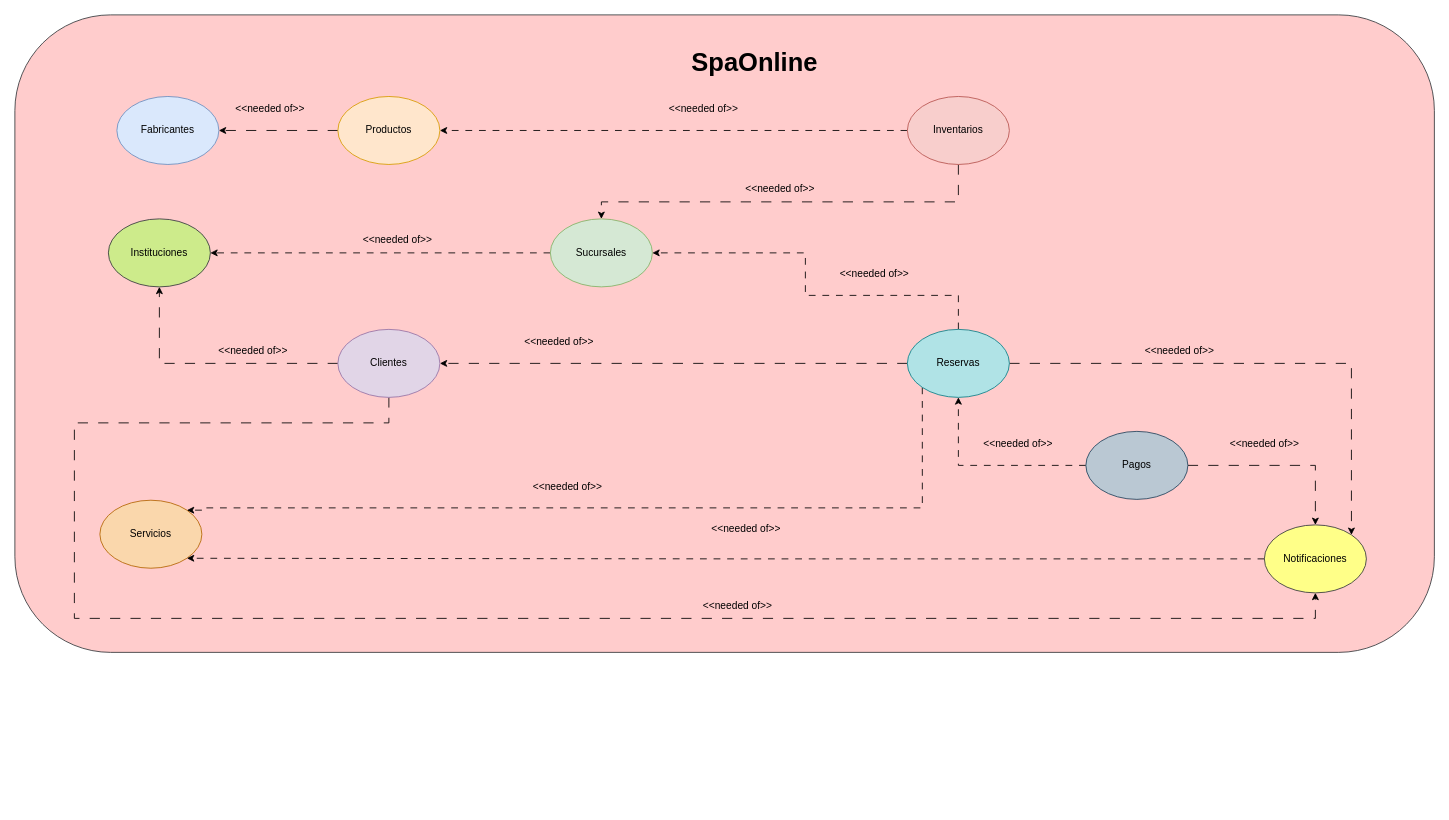
Above: page "2. ModeloContextoDeLimitado" (2 of 14) of SpaOnline/ModeloDominioSpa.drawio in cristianospina/DOO (draw.io), before the change. Source tidied: cells renumbered, new cells numbered last; positions are measured from the earlier drawing's top-left corner, leaving out a move shared by most shapes. Both pictures are drawn from the tidied source at 85%, with x=0, y=0 at pixel (14, 14).
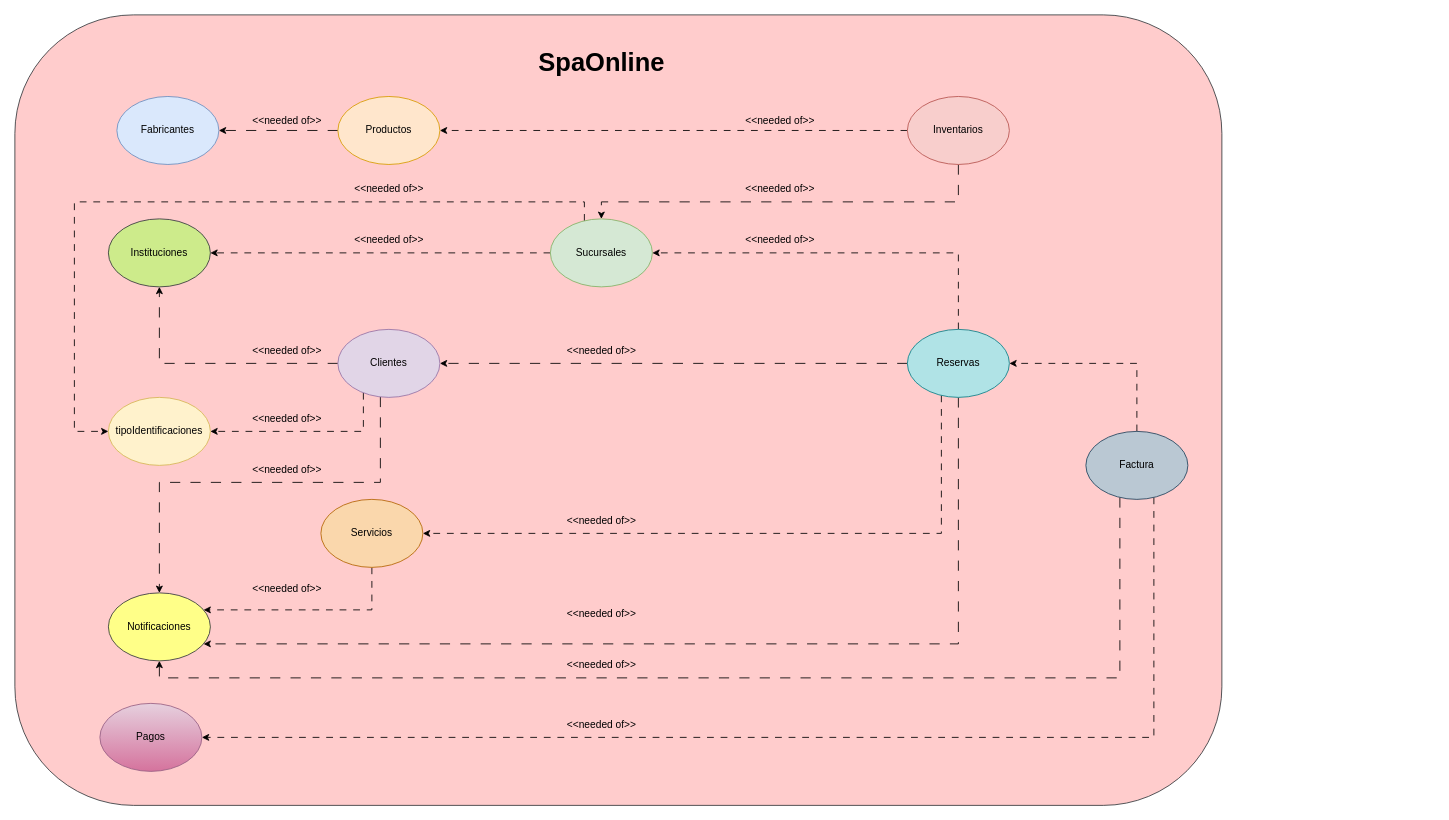
After the change.

Commit message (it also covers changes not shown here):
Cambio de modelo de Dominio delimitado y completo. se puso Dominio de TipoIdentificacion y Factura

Unchanged cells that the change refers to:
```xml
<mxCell id="10" value="Sucursales" style="ellipse;whiteSpace=wrap;html=1;fillColor=#d5e8d4;strokeColor=#82b366;" parent="1" vertex="1">
  <mxGeometry x="630" y="240" width="120" height="80" as="geometry" />
</mxCell>
<mxCell id="19" value="Reservas" style="ellipse;whiteSpace=wrap;html=1;fillColor=#b0e3e6;strokeColor=#0e8088;" parent="1" vertex="1">
  <mxGeometry x="1050" y="370" width="120" height="80" as="geometry" />
</mxCell>
<mxCell id="35" value="Clientes" style="ellipse;whiteSpace=wrap;html=1;fillColor=#e1d5e7;strokeColor=#9673a6;" parent="1" vertex="1">
  <mxGeometry x="380" y="370" width="120" height="80" as="geometry" />
</mxCell>
```

The edit, as a diff of the source:
```diff
@@
     <mxCell id="2" style="rounded=1;whiteSpace=wrap;html=1;fillColor=#ffcccc;strokeColor=#36393d;" parent="1" vertex="1">
-      <mxGeometry width="1670" height="750" as="geometry" />
+      <mxGeometry width="1420" height="930" as="geometry" />
     </mxCell>
@@
+    <mxCell id="40" style="edgeStyle=orthogonalEdgeStyle;rounded=0;jettySize=auto;html=1;dashed=1;dashPattern=8 8;" parent="1" edge="1" source="10" target="44">
+      <mxGeometry relative="1" as="geometry">
+        <Array as="points">
+          <mxPoint x="670" y="220" />
+          <mxPoint x="70" y="220" />
+          <mxPoint x="70" y="490" />
+        </Array>
+      </mxGeometry>
+    </mxCell>
@@
     <mxCell id="11" style="edgeStyle=orthogonalEdgeStyle;rounded=0;jettySize=auto;html=1;dashed=1;dashPattern=8 8;" parent="1" edge="1" source="13" target="19">
-      <mxGeometry relative="1" as="geometry" />
+      <mxGeometry relative="1" as="geometry">
+        <Array as="points">
+          <mxPoint x="1320" y="410" />
+        </Array>
+      </mxGeometry>
     </mxCell>
     <mxCell id="12" style="edgeStyle=orthogonalEdgeStyle;rounded=0;jettySize=auto;html=1;dashed=1;dashPattern=12 12;" parent="1" edge="1" source="13" target="21">
-      <mxGeometry relative="1" as="geometry" />
+      <mxGeometry relative="1" as="geometry">
+        <Array as="points">
+          <mxPoint x="1300" y="780" />
+          <mxPoint x="170" y="780" />
+        </Array>
+      </mxGeometry>
     </mxCell>
+    <mxCell id="41" style="edgeStyle=orthogonalEdgeStyle;rounded=0;jettySize=auto;html=1;dashed=1;dashPattern=8 8;" parent="1" edge="1" source="13" target="47">
+      <mxGeometry relative="1" as="geometry">
+        <Array as="points">
+          <mxPoint x="1340" y="850" />
+        </Array>
+      </mxGeometry>
+    </mxCell>
-    <mxCell id="13" value="Pagos" style="ellipse;whiteSpace=wrap;html=1;fillColor=#bac8d3;strokeColor=#23445d;" parent="1" vertex="1">
+    <mxCell id="13" value="Factura" style="ellipse;whiteSpace=wrap;html=1;fillColor=#bac8d3;strokeColor=#23445d;" parent="1" vertex="1">
       <mxGeometry x="1260" y="490" width="120" height="80" as="geometry" />
     </mxCell>
+    <mxCell id="42" style="edgeStyle=orthogonalEdgeStyle;rounded=0;jettySize=auto;html=1;dashed=1;dashPattern=8 8;" parent="1" edge="1" source="14" target="21">
+      <mxGeometry relative="1" as="geometry">
+        <Array as="points">
+          <mxPoint x="420" y="700" />
+        </Array>
+      </mxGeometry>
+    </mxCell>
     <mxCell id="14" value="Servicios" style="ellipse;whiteSpace=wrap;html=1;fillColor=#fad7ac;strokeColor=#b46504;" parent="1" vertex="1">
-      <mxGeometry x="100" y="571" width="120" height="80" as="geometry" />
+      <mxGeometry x="360" y="570" width="120" height="80" as="geometry" />
     </mxCell>
-    <mxCell id="15" style="edgeStyle=orthogonalEdgeStyle;rounded=0;jettySize=auto;html=1;dashed=1;dashPattern=8 8;exitX=0;exitY=1;exitDx=0;exitDy=0;entryX=1;entryY=0;entryDx=0;entryDy=0;" parent="1" edge="1" source="19" target="14">
+    <mxCell id="15" style="edgeStyle=orthogonalEdgeStyle;rounded=0;jettySize=auto;html=1;dashed=1;dashPattern=8 8;" parent="1" edge="1" source="19" target="14">
       <mxGeometry relative="1" as="geometry">
         <Array as="points">
-          <mxPoint x="1068" y="580" />
-          <mxPoint x="220" y="580" />
-          <mxPoint x="220" y="583" />
+          <mxPoint x="1090" y="610" />
         </Array>
       </mxGeometry>
     </mxCell>
     <mxCell id="16" style="edgeStyle=orthogonalEdgeStyle;rounded=0;jettySize=auto;html=1;dashed=1;dashPattern=8 8;" parent="1" edge="1" source="19" target="10">
       <mxGeometry relative="1" as="geometry">
         <Array as="points">
-          <mxPoint x="1110" y="330" />
-          <mxPoint x="930" y="330" />
+          <mxPoint x="1110" y="280" />
         </Array>
       </mxGeometry>
     </mxCell>
@@
-    <mxCell id="18" style="edgeStyle=orthogonalEdgeStyle;rounded=0;jettySize=auto;html=1;entryX=1;entryY=0;entryDx=0;entryDy=0;dashed=1;dashPattern=12 12;" parent="1" edge="1" source="19" target="21">
-      <mxGeometry relative="1" as="geometry" />
+    <mxCell id="18" style="edgeStyle=orthogonalEdgeStyle;rounded=0;jettySize=auto;html=1;dashed=1;dashPattern=12 12;" parent="1" edge="1" source="19" target="21">
+      <mxGeometry relative="1" as="geometry">
+        <Array as="points">
+          <mxPoint x="1110" y="740" />
+        </Array>
+      </mxGeometry>
     </mxCell>
@@
-    <mxCell id="20" style="edgeStyle=orthogonalEdgeStyle;rounded=0;jettySize=auto;html=1;entryX=1;entryY=1;entryDx=0;entryDy=0;dashed=1;dashPattern=8 8;" parent="1" edge="1" source="21" target="14">
-      <mxGeometry relative="1" as="geometry" />
-    </mxCell>
     <mxCell id="21" value="Notificaciones" style="ellipse;whiteSpace=wrap;html=1;fillColor=#ffff88;strokeColor=#36393d;" parent="1" vertex="1">
-      <mxGeometry x="1470" y="600" width="120" height="80" as="geometry" />
+      <mxGeometry x="110" y="680" width="120" height="80" as="geometry" />
     </mxCell>
@@
     <mxCell id="23" value="&lt;span style=&quot;font-size: 30px;&quot;&gt;&lt;b&gt;SpaOnline&lt;/b&gt;&lt;/span&gt;" style="text;html=1;align=center;verticalAlign=middle;strokeColor=none;fillColor=none;" parent="1" vertex="1">
-      <mxGeometry x="785" y="30" width="170" height="50" as="geometry" />
+      <mxGeometry x="605" y="30" width="170" height="50" as="geometry" />
     </mxCell>
     <mxCell id="24" value="&amp;lt;&amp;lt;needed of&amp;gt;&amp;gt;" style="text;html=1;align=center;verticalAlign=middle;strokeColor=none;fillColor=none;" parent="1" vertex="1">
-      <mxGeometry x="250" y="96" width="100" height="30" as="geometry" />
+      <mxGeometry x="270" y="110" width="100" height="30" as="geometry" />
     </mxCell>
@@
     <mxCell id="26" value="&amp;lt;&amp;lt;needed of&amp;gt;&amp;gt;" style="text;html=1;align=center;verticalAlign=middle;strokeColor=none;fillColor=none;" parent="1" vertex="1">
-      <mxGeometry x="760" y="96" width="100" height="30" as="geometry" />
+      <mxGeometry x="850" y="110" width="100" height="30" as="geometry" />
     </mxCell>
     <mxCell id="27" value="&amp;lt;&amp;lt;needed of&amp;gt;&amp;gt;" style="text;html=1;align=center;verticalAlign=middle;strokeColor=none;fillColor=none;" parent="1" vertex="1">
-      <mxGeometry x="600" y="541" width="100" height="30" as="geometry" />
+      <mxGeometry x="640" y="580" width="100" height="30" as="geometry" />
     </mxCell>
-    <mxCell id="28" value="&amp;lt;&amp;lt;needed of&amp;gt;&amp;gt;" style="text;html=1;align=center;verticalAlign=middle;strokeColor=none;fillColor=none;" parent="1" vertex="1">
-      <mxGeometry x="810" y="590" width="100" height="30" as="geometry" />
-    </mxCell>
     <mxCell id="29" value="&amp;lt;&amp;lt;needed of&amp;gt;&amp;gt;" style="text;html=1;align=center;verticalAlign=middle;strokeColor=none;fillColor=none;" parent="1" vertex="1">
-      <mxGeometry x="961" y="290" width="100" height="30" as="geometry" />
+      <mxGeometry x="850" y="250" width="100" height="30" as="geometry" />
     </mxCell>
     <mxCell id="30" value="&amp;lt;&amp;lt;needed of&amp;gt;&amp;gt;" style="text;html=1;align=center;verticalAlign=middle;strokeColor=none;fillColor=none;" parent="1" vertex="1">
-      <mxGeometry x="1130" y="490" width="100" height="30" as="geometry" />
+      <mxGeometry x="270" y="520" width="100" height="30" as="geometry" />
     </mxCell>
     <mxCell id="31" value="&amp;lt;&amp;lt;needed of&amp;gt;&amp;gt;" style="text;html=1;align=center;verticalAlign=middle;strokeColor=none;fillColor=none;" parent="1" vertex="1">
-      <mxGeometry x="1420" y="490" width="100" height="30" as="geometry" />
+      <mxGeometry x="270" y="660" width="100" height="30" as="geometry" />
     </mxCell>
     <mxCell id="32" value="&amp;lt;&amp;lt;needed of&amp;gt;&amp;gt;" style="text;html=1;align=center;verticalAlign=middle;strokeColor=none;fillColor=none;" parent="1" vertex="1">
-      <mxGeometry x="400" y="250" width="100" height="30" as="geometry" />
+      <mxGeometry x="390" y="250" width="100" height="30" as="geometry" />
     </mxCell>
@@
-    <mxCell id="34" style="edgeStyle=orthogonalEdgeStyle;rounded=0;jettySize=auto;html=1;entryX=0.5;entryY=1;entryDx=0;entryDy=0;dashed=1;dashPattern=12 12;" parent="1" edge="1" source="35" target="21">
+    <mxCell id="34" style="edgeStyle=orthogonalEdgeStyle;rounded=0;jettySize=auto;html=1;dashed=1;dashPattern=12 12;" parent="1" edge="1" source="35" target="21">
       <mxGeometry relative="1" as="geometry">
         <Array as="points">
-          <mxPoint x="440" y="480" />
-          <mxPoint x="70" y="480" />
-          <mxPoint x="70" y="710" />
-          <mxPoint x="1530" y="710" />
+          <mxPoint x="430" y="550" />
+          <mxPoint x="170" y="550" />
         </Array>
       </mxGeometry>
     </mxCell>
+    <mxCell id="43" style="edgeStyle=orthogonalEdgeStyle;rounded=0;jettySize=auto;html=1;dashed=1;dashPattern=8 8;" parent="1" edge="1" source="35" target="44">
+      <mxGeometry relative="1" as="geometry">
+        <Array as="points">
+          <mxPoint x="410" y="490" />
+        </Array>
+      </mxGeometry>
+    </mxCell>
@@
     <mxCell id="36" value="&amp;lt;&amp;lt;needed of&amp;gt;&amp;gt;" style="text;html=1;align=center;verticalAlign=middle;strokeColor=none;fillColor=none;" parent="1" vertex="1">
-      <mxGeometry x="590" y="370" width="100" height="30" as="geometry" />
+      <mxGeometry x="640" y="380" width="100" height="30" as="geometry" />
     </mxCell>
     <mxCell id="37" value="&amp;lt;&amp;lt;needed of&amp;gt;&amp;gt;" style="text;html=1;align=center;verticalAlign=middle;strokeColor=none;fillColor=none;" parent="1" vertex="1">
-      <mxGeometry x="800" y="680" width="100" height="30" as="geometry" />
+      <mxGeometry x="640" y="690" width="100" height="30" as="geometry" />
     </mxCell>
     <mxCell id="38" value="&amp;lt;&amp;lt;needed of&amp;gt;&amp;gt;" style="text;html=1;align=center;verticalAlign=middle;strokeColor=none;fillColor=none;" parent="1" vertex="1">
-      <mxGeometry x="1320" y="380" width="100" height="30" as="geometry" />
+      <mxGeometry x="640" y="750" width="100" height="30" as="geometry" />
     </mxCell>
     <mxCell id="39" value="&amp;lt;&amp;lt;needed of&amp;gt;&amp;gt;" style="text;html=1;align=center;verticalAlign=middle;strokeColor=none;fillColor=none;" parent="1" vertex="1">
-      <mxGeometry x="230" y="380" width="100" height="30" as="geometry" />
+      <mxGeometry x="270" y="380" width="100" height="30" as="geometry" />
     </mxCell>
+    <mxCell id="44" value="tipoIdentificaciones" style="ellipse;whiteSpace=wrap;html=1;fillColor=#fff2cc;strokeColor=#d6b656;" parent="1" vertex="1">
+      <mxGeometry x="110" y="450" width="120" height="80" as="geometry" />
+    </mxCell>
+    <mxCell id="45" value="&amp;lt;&amp;lt;needed of&amp;gt;&amp;gt;" style="text;html=1;align=center;verticalAlign=middle;strokeColor=none;fillColor=none;" parent="1" vertex="1">
+      <mxGeometry x="270" y="460" width="100" height="30" as="geometry" />
+    </mxCell>
+    <mxCell id="46" value="&amp;lt;&amp;lt;needed of&amp;gt;&amp;gt;" style="text;html=1;align=center;verticalAlign=middle;strokeColor=none;fillColor=none;" parent="1" vertex="1">
+      <mxGeometry x="390" y="190" width="100" height="30" as="geometry" />
+    </mxCell>
+    <mxCell id="47" value="Pagos" style="ellipse;whiteSpace=wrap;html=1;fillColor=#e6d0de;strokeColor=#996185;gradientColor=#d5739d;" parent="1" vertex="1">
+      <mxGeometry x="100" y="810" width="120" height="80" as="geometry" />
+    </mxCell>
+    <mxCell id="48" value="&amp;lt;&amp;lt;needed of&amp;gt;&amp;gt;" style="text;html=1;align=center;verticalAlign=middle;strokeColor=none;fillColor=none;" parent="1" vertex="1">
+      <mxGeometry x="640" y="820" width="100" height="30" as="geometry" />
+    </mxCell>
```
